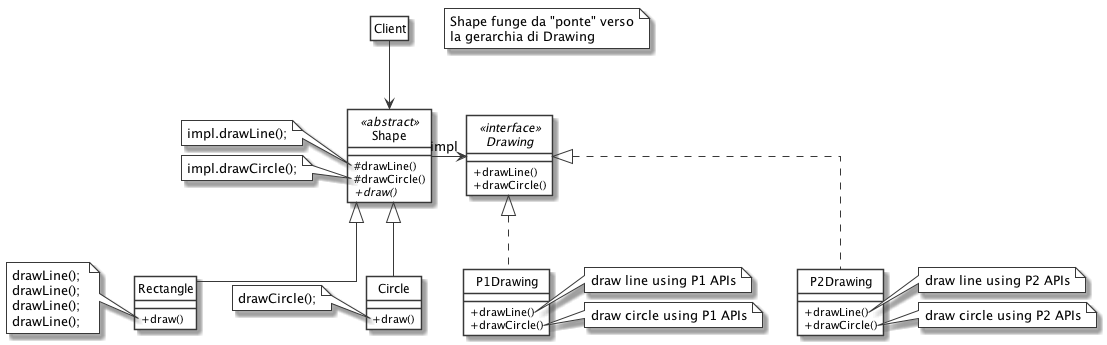
Earlier version of the PlantUML export DesignPattern/Bridge/con/uml/class_diagram.png (dmi-tutorato-ids/materiale).
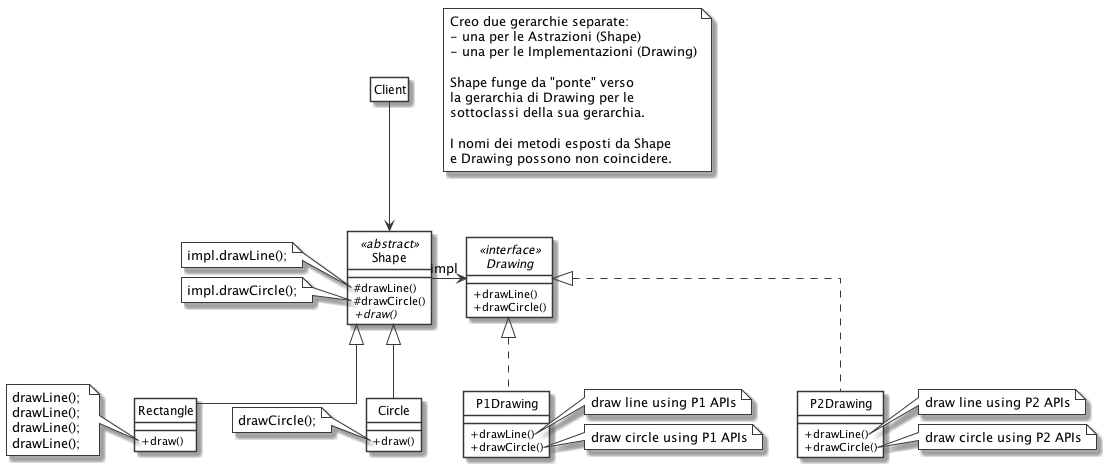
Later version of the same file.

Change to the diagram source:
```diff
@@ -79,8 +79,16 @@
 end note
 
 note as n1
+	Creo due gerarchie separate:
+	- una per le Astrazioni (Shape)
+	- una per le Implementazioni (Drawing)
+
 	Shape funge da "ponte" verso
-	la gerarchia di Drawing
+	la gerarchia di Drawing per le
+	sottoclassi della sua gerarchia.
+
+	I nomi dei metodi esposti da Shape
+	e Drawing possono non coincidere.
 end note
 
 @enduml
```
